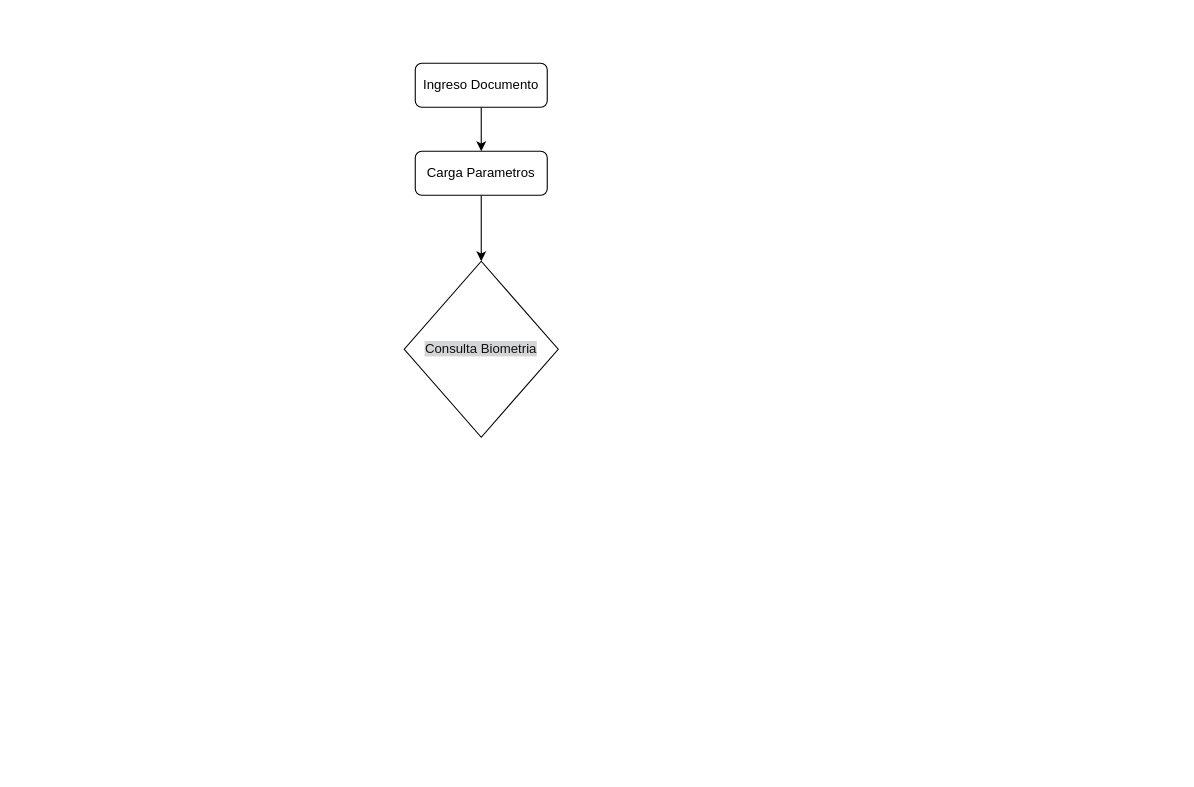
This is page "Biometria" (1 of 2) of Biometria.drawio from faberordonez1/diagramas, a draw.io file, before an edit. Source tidied: cells renumbered, new cells numbered last; positions are measured from the earlier drawing's top-left corner, leaving out a move shared by most shapes. Both pictures are drawn from the tidied source at 110%, with x=0, y=0 at pixel (404, 63).
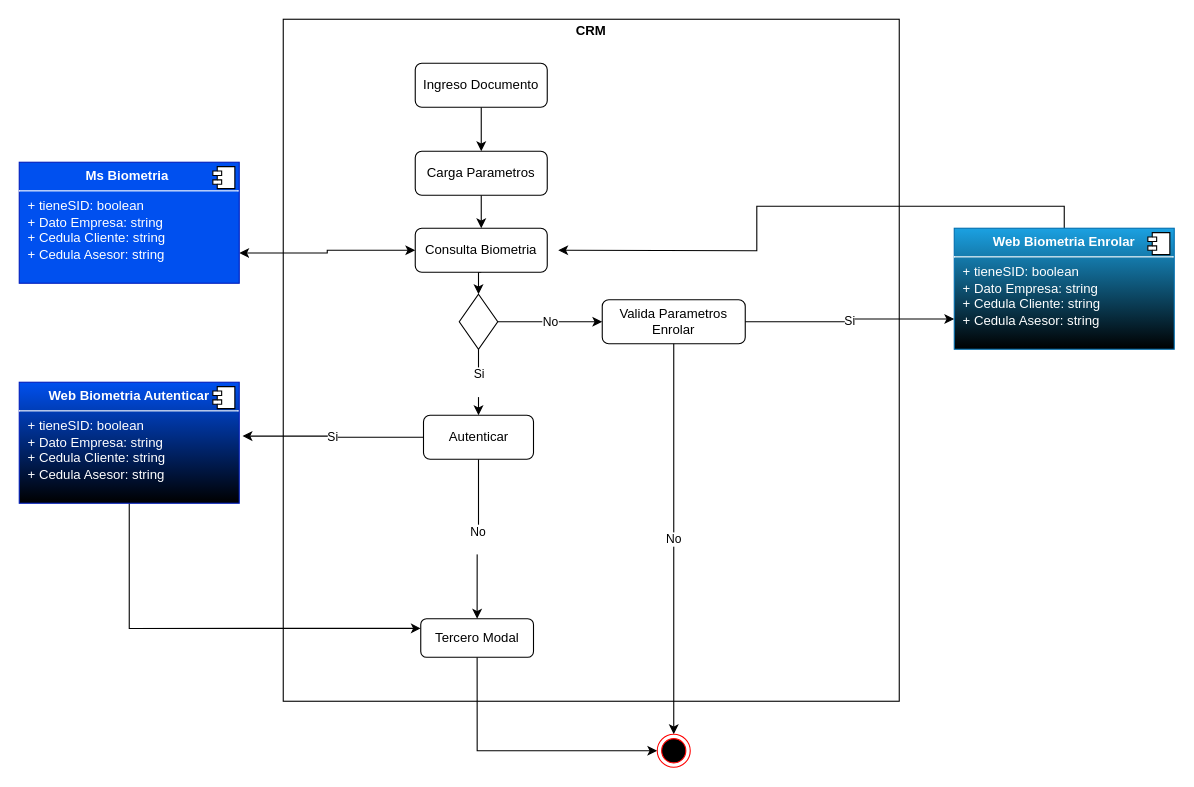
Above is the later version.

Commit message:
Diagrama CRM

The change refers to these unchanged cells:
```xml
<mxCell id="5" value="Carga Parametros" style="rounded=1;whiteSpace=wrap;html=1;" parent="1" vertex="1">
  <mxGeometry x="10" y="80" width="120" height="40" as="geometry" />
</mxCell>
```

Diff of the diagram source:
```diff
@@
+    <mxCell id="7" value="&lt;p style=&quot;margin:0px;margin-top:4px;text-align:center;&quot;&gt;&lt;b&gt;CRM&lt;/b&gt;&lt;/p&gt;" style="verticalAlign=top;align=left;overflow=fill;html=1;whiteSpace=wrap;" parent="1" vertex="1">
+      <mxGeometry x="-110" y="-40" width="560" height="620" as="geometry" />
+    </mxCell>
@@
-    <mxCell id="4" style="edgeStyle=orthogonalEdgeStyle;rounded=0;jettySize=auto;html=1;exitX=0.5;exitY=1;exitDx=0;exitDy=0;entryX=0.5;entryY=0;entryDx=0;entryDy=0;" parent="1" edge="1" source="5" target="6">
+    <mxCell id="4" style="edgeStyle=orthogonalEdgeStyle;rounded=0;jettySize=auto;html=1;exitX=0.5;exitY=1;exitDx=0;exitDy=0;entryX=0.5;entryY=0;entryDx=0;entryDy=0;" parent="1" edge="1" source="5" target="13">
       <mxGeometry relative="1" as="geometry" />
     </mxCell>
@@
+    <mxCell id="8" value="No" style="edgeStyle=orthogonalEdgeStyle;rounded=0;jettySize=auto;html=1;exitX=1;exitY=0.5;exitDx=0;exitDy=0;entryX=0;entryY=0.5;entryDx=0;entryDy=0;" parent="1" edge="1" source="6" target="14">
+      <mxGeometry relative="1" as="geometry" />
+    </mxCell>
+    <mxCell id="9" value="Si&lt;div&gt;&lt;br&gt;&lt;/div&gt;" style="edgeStyle=orthogonalEdgeStyle;rounded=0;jettySize=auto;html=1;exitX=0.5;exitY=1;exitDx=0;exitDy=0;entryX=0.5;entryY=0;entryDx=0;entryDy=0;" parent="1" edge="1" source="6" target="27">
+      <mxGeometry relative="1" as="geometry" />
+    </mxCell>
-    <mxCell id="6" value="&lt;font color=&quot;#121212&quot;&gt;&lt;span style=&quot;background-color: rgb(211, 213, 214);&quot;&gt;Consulta Biometria&lt;/span&gt;&lt;/font&gt;" style="rhombus;whiteSpace=wrap;html=1;" parent="1" vertex="1">
-      <mxGeometry y="180" width="140" height="160" as="geometry" />
+    <mxCell id="6" style="rhombus;whiteSpace=wrap;html=1;" parent="1" vertex="1">
+      <mxGeometry x="50" y="210" width="35" height="50" as="geometry" />
     </mxCell>
+    <mxCell id="10" style="edgeStyle=orthogonalEdgeStyle;rounded=0;jettySize=auto;html=1;exitX=0.5;exitY=1;exitDx=0;exitDy=0;entryX=0.5;entryY=0;entryDx=0;entryDy=0;" parent="1" edge="1" source="13" target="6">
+      <mxGeometry relative="1" as="geometry" />
+    </mxCell>
+    <mxCell id="11" style="edgeStyle=orthogonalEdgeStyle;shape=filledEdge;rounded=0;jettySize=auto;html=1;exitX=0;exitY=0.5;exitDx=0;exitDy=0;entryX=1;entryY=0.75;entryDx=0;entryDy=0;strokeColor=none;" parent="1" edge="1" source="13" target="29">
+      <mxGeometry relative="1" as="geometry" />
+    </mxCell>
+    <mxCell id="12" style="edgeStyle=orthogonalEdgeStyle;rounded=0;jettySize=auto;html=1;exitX=0;exitY=0.5;exitDx=0;exitDy=0;entryX=1;entryY=0.75;entryDx=0;entryDy=0;startArrow=classic;startFill=1;" parent="1" edge="1" source="13" target="29">
+      <mxGeometry relative="1" as="geometry" />
+    </mxCell>
+    <mxCell id="13" value="Consulta Biometria" style="rounded=1;whiteSpace=wrap;html=1;" parent="1" vertex="1">
+      <mxGeometry x="10" y="150" width="120" height="40" as="geometry" />
+    </mxCell>
+    <mxCell id="14" value="Valida Parametros Enrolar" style="rounded=1;whiteSpace=wrap;html=1;" parent="1" vertex="1">
+      <mxGeometry x="180" y="215" width="130" height="40" as="geometry" />
+    </mxCell>
+    <mxCell id="15" style="edgeStyle=orthogonalEdgeStyle;rounded=0;jettySize=auto;html=1;exitX=0.5;exitY=1;exitDx=0;exitDy=0;entryX=0;entryY=0.5;entryDx=0;entryDy=0;" parent="1" edge="1" source="16" target="22">
+      <mxGeometry relative="1" as="geometry" />
+    </mxCell>
+    <mxCell id="16" value="Tercero Modal" style="rounded=1;whiteSpace=wrap;html=1;" parent="1" vertex="1">
+      <mxGeometry x="15" y="505" width="102.5" height="35" as="geometry" />
+    </mxCell>
+    <mxCell id="17" value="Si" style="edgeStyle=orthogonalEdgeStyle;rounded=0;jettySize=auto;html=1;exitX=1;exitY=0.5;exitDx=0;exitDy=0;entryX=0;entryY=0.75;entryDx=0;entryDy=0;" parent="1" edge="1" source="14" target="20">
+      <mxGeometry relative="1" as="geometry" />
+    </mxCell>
+    <mxCell id="18" value="No" style="edgeStyle=orthogonalEdgeStyle;rounded=0;jettySize=auto;html=1;exitX=0.5;exitY=1;exitDx=0;exitDy=0;entryX=0.5;entryY=0;entryDx=0;entryDy=0;" parent="1" edge="1" source="14" target="22">
+      <mxGeometry relative="1" as="geometry" />
+    </mxCell>
+    <mxCell id="19" style="edgeStyle=orthogonalEdgeStyle;rounded=0;jettySize=auto;html=1;exitX=0.5;exitY=0;exitDx=0;exitDy=0;" parent="1" edge="1" source="20">
+      <mxGeometry relative="1" as="geometry">
+        <mxPoint x="140" y="170" as="targetPoint" />
+      </mxGeometry>
+    </mxCell>
+    <mxCell id="20" value="&lt;p style=&quot;margin:0px;margin-top:6px;text-align:center;&quot;&gt;&lt;b&gt;Web Biometria Enrolar&lt;/b&gt;&lt;/p&gt;&lt;hr size=&quot;1&quot; style=&quot;border-style:solid;&quot;&gt;&lt;p style=&quot;margin:0px;margin-left:8px;&quot;&gt;+ tieneSID: boolean&lt;br&gt;+ Dato Empresa: string&lt;/p&gt;&lt;p style=&quot;margin:0px;margin-left:8px;&quot;&gt;+ Cedula Cliente: string&lt;/p&gt;&lt;p style=&quot;margin:0px;margin-left:8px;&quot;&gt;+ Cedula Asesor: string&lt;/p&gt;" style="align=left;overflow=fill;html=1;whiteSpace=wrap;fillColor=#1ba1e2;fontColor=#ffffff;strokeColor=#006EAF;gradientColor=default;" parent="1" vertex="1">
+      <mxGeometry x="500" y="150" width="200" height="110" as="geometry" />
+    </mxCell>
+    <mxCell id="21" style="shape=component;jettyWidth=8;jettyHeight=4;" parent="20" vertex="1">
+      <mxGeometry x="1" width="20" height="20" relative="1" as="geometry">
+        <mxPoint x="-24" y="4" as="offset" />
+      </mxGeometry>
+    </mxCell>
+    <mxCell id="22" style="ellipse;html=1;shape=endState;fillColor=#000000;strokeColor=#ff0000;" parent="1" vertex="1">
+      <mxGeometry x="230" y="610" width="30" height="30" as="geometry" />
+    </mxCell>
+    <mxCell id="23" style="edgeStyle=orthogonalEdgeStyle;rounded=0;jettySize=auto;html=1;exitX=0.5;exitY=1;exitDx=0;exitDy=0;entryX=0;entryY=0.25;entryDx=0;entryDy=0;" parent="1" edge="1" source="24" target="16">
+      <mxGeometry relative="1" as="geometry" />
+    </mxCell>
+    <mxCell id="24" value="&lt;p style=&quot;margin:0px;margin-top:6px;text-align:center;&quot;&gt;&lt;b&gt;Web Biometria Autenticar&lt;/b&gt;&lt;/p&gt;&lt;hr size=&quot;1&quot; style=&quot;border-style:solid;&quot;&gt;&lt;p style=&quot;margin:0px;margin-left:8px;&quot;&gt;+ tieneSID: boolean&lt;br&gt;+ Dato Empresa: string&lt;/p&gt;&lt;p style=&quot;margin:0px;margin-left:8px;&quot;&gt;+ Cedula Cliente: string&lt;/p&gt;&lt;p style=&quot;margin:0px;margin-left:8px;&quot;&gt;+ Cedula Asesor: string&lt;/p&gt;" style="align=left;overflow=fill;html=1;whiteSpace=wrap;fillColor=#0050ef;fontColor=#ffffff;strokeColor=#001DBC;gradientColor=default;" parent="1" vertex="1">
+      <mxGeometry x="-350" y="290" width="200" height="110" as="geometry" />
+    </mxCell>
+    <mxCell id="25" style="shape=component;jettyWidth=8;jettyHeight=4;" parent="24" vertex="1">
+      <mxGeometry x="1" width="20" height="20" relative="1" as="geometry">
+        <mxPoint x="-24" y="4" as="offset" />
+      </mxGeometry>
+    </mxCell>
+    <mxCell id="26" value="No&lt;div&gt;&lt;br&gt;&lt;/div&gt;" style="edgeStyle=orthogonalEdgeStyle;rounded=0;jettySize=auto;html=1;exitX=0.5;exitY=1;exitDx=0;exitDy=0;entryX=0.5;entryY=0;entryDx=0;entryDy=0;" parent="1" edge="1" source="27" target="16">
+      <mxGeometry relative="1" as="geometry" />
+    </mxCell>
+    <mxCell id="27" value="Autenticar" style="rounded=1;whiteSpace=wrap;html=1;" parent="1" vertex="1">
+      <mxGeometry x="17.5" y="320" width="100" height="40" as="geometry" />
+    </mxCell>
+    <mxCell id="28" value="Si" style="edgeStyle=orthogonalEdgeStyle;rounded=0;jettySize=auto;html=1;exitX=0;exitY=0.5;exitDx=0;exitDy=0;entryX=1.015;entryY=0.445;entryDx=0;entryDy=0;entryPerimeter=0;" parent="1" edge="1" source="27" target="24">
+      <mxGeometry relative="1" as="geometry" />
+    </mxCell>
+    <mxCell id="29" value="&lt;p style=&quot;margin:0px;margin-top:6px;text-align:center;&quot;&gt;&lt;b&gt;Ms Biometria&amp;nbsp;&lt;/b&gt;&lt;/p&gt;&lt;hr size=&quot;1&quot; style=&quot;border-style:solid;&quot;&gt;&lt;p style=&quot;margin:0px;margin-left:8px;&quot;&gt;+ tieneSID: boolean&lt;br&gt;+ Dato Empresa: string&lt;/p&gt;&lt;p style=&quot;margin:0px;margin-left:8px;&quot;&gt;+ Cedula Cliente: string&lt;/p&gt;&lt;p style=&quot;margin:0px;margin-left:8px;&quot;&gt;+ Cedula Asesor: string&lt;/p&gt;" style="align=left;overflow=fill;html=1;whiteSpace=wrap;fillColor=#0050ef;fontColor=#ffffff;strokeColor=#001DBC;" parent="1" vertex="1">
+      <mxGeometry x="-350" y="90" width="200" height="110" as="geometry" />
+    </mxCell>
+    <mxCell id="30" style="shape=component;jettyWidth=8;jettyHeight=4;" parent="29" vertex="1">
+      <mxGeometry x="1" width="20" height="20" relative="1" as="geometry">
+        <mxPoint x="-24" y="4" as="offset" />
+      </mxGeometry>
+    </mxCell>
```
